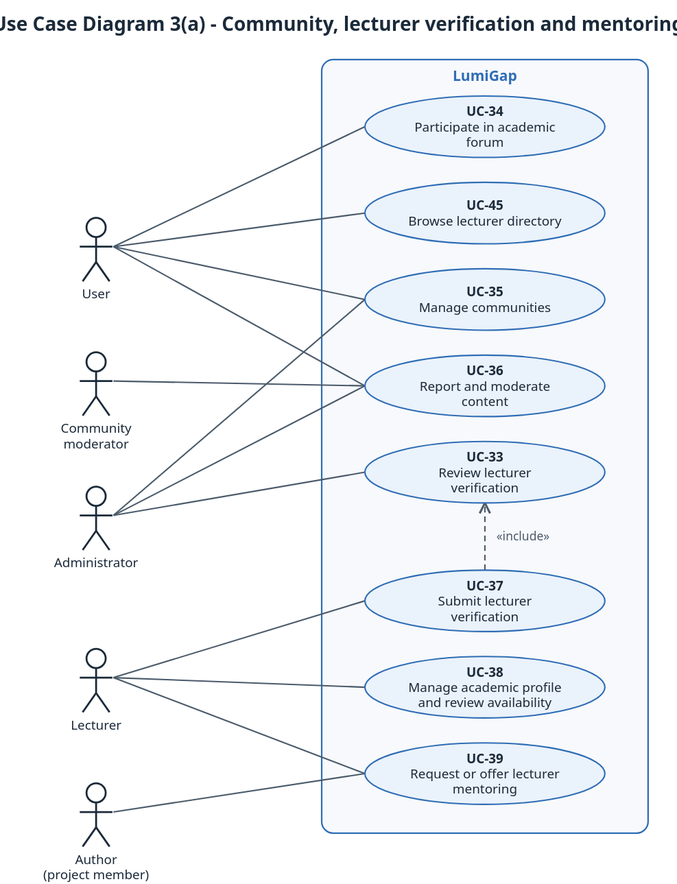
Above: docs/diagrams/report3/R3_UseCase_3a_Community_Lecturer.svg in Khoa-Hoa-Technology-Solution-Company/lumi-gap (PlantUML), before the change. Its source is kept beside it as docs/diagrams/report3/R3_UseCase_3a_Community_Lecturer.puml. Source of this version:
```plantuml
@startuml
!pragma layout smetana
skinparam dpi 150
skinparam defaultFontName "Segoe UI"
skinparam defaultFontSize 13
skinparam shadowing false
skinparam roundCorner 10
skinparam ArrowColor #4A5A6A
skinparam ArrowThickness 1.2
skinparam BorderColor #2F6DB5
skinparam BackgroundColor #FFFFFF
skinparam TitleFontSize 16
skinparam TitleFontStyle bold
skinparam usecase {
  BackgroundColor #EAF2FB
  BorderColor #2F6DB5
}
skinparam actor {
  BackgroundColor #FFFFFF
  BorderColor #1B2A3A
}
skinparam entity {
  BackgroundColor #F7FAFD
  BorderColor #2F6DB5
}
skinparam rectangle {
  BackgroundColor #F7F9FC
  BorderColor #2F6DB5
}
skinparam actorStyle awesome
skinparam actor<<System>> {
  BackgroundColor #FDECEA
  BorderColor #C62828
}
left to right direction
title Use Case Diagram 3(a) - Community, lecturer verification and mentoring
actor "User" as U
actor "Community moderator" as M
actor "Administrator" as AD
actor "Lecturer" as L
actor "Author\n(project member)" as A
rectangle "LumiGap" {
  usecase "UC-34\nParticipate in academic forum" as UC34
  usecase "UC-45\nBrowse lecturer directory" as UC45
  usecase "UC-35\nManage communities" as UC35
  usecase "UC-36\nReport and moderate content" as UC36
  usecase "UC-33\nReview lecturer verification" as UC33
  usecase "UC-37\nSubmit lecturer verification" as UC37
  usecase "UC-38\nManage academic profile and review availability" as UC38
  usecase "UC-39\nRequest or offer lecturer mentoring" as UC39
}
U -- UC34
U -- UC45
U -- UC35
U -- UC36
M -- UC36
AD -- UC35
AD -- UC36
AD -- UC33
L -- UC37
L -- UC38
L -- UC39
A -- UC39
UC37 .> UC33 : <<include>>
@enduml
```
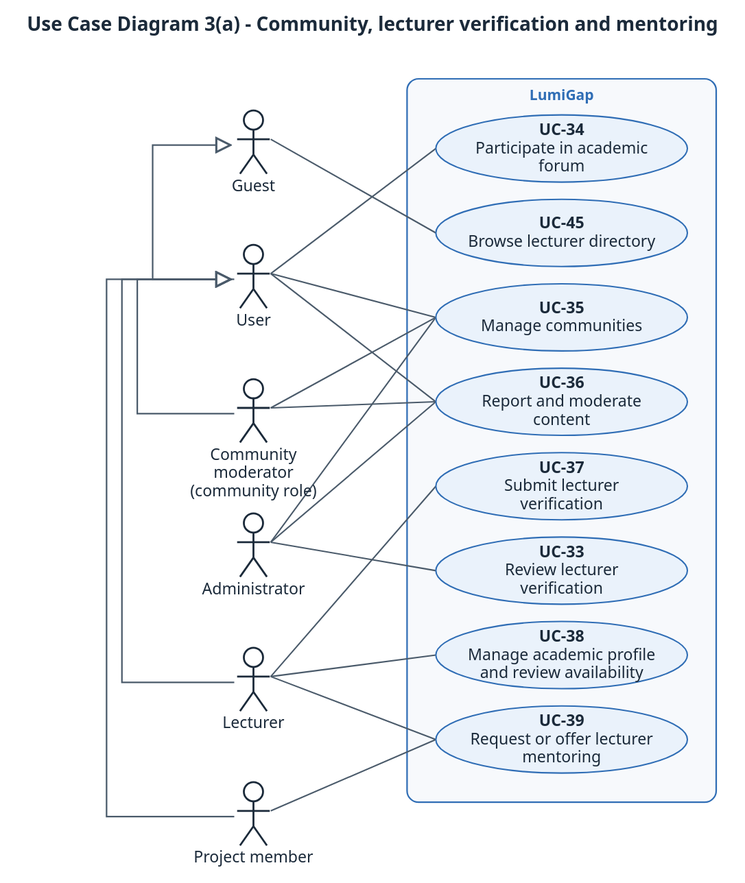
The same file after the commit.

Diff of the diagram source:
```diff
@@ -28,38 +28,43 @@
   BorderColor #2F6DB5
 }
 skinparam actorStyle awesome
-skinparam actor<<System>> {
-  BackgroundColor #FDECEA
-  BorderColor #C62828
+skinparam actor<<external system>> {
+  BackgroundColor #F0F1F3
+  BorderColor #8A8F98
 }
 left to right direction
 title Use Case Diagram 3(a) - Community, lecturer verification and mentoring
+actor "Guest" as G
 actor "User" as U
-actor "Community moderator" as M
+actor "Community moderator\n(community role)" as M
+actor "Lecturer" as L
+actor "Project member" as PM
 actor "Administrator" as AD
-actor "Lecturer" as L
-actor "Author\n(project member)" as A
 rectangle "LumiGap" {
   usecase "UC-34\nParticipate in academic forum" as UC34
   usecase "UC-45\nBrowse lecturer directory" as UC45
   usecase "UC-35\nManage communities" as UC35
   usecase "UC-36\nReport and moderate content" as UC36
+  usecase "UC-37\nSubmit lecturer verification" as UC37
   usecase "UC-33\nReview lecturer verification" as UC33
-  usecase "UC-37\nSubmit lecturer verification" as UC37
   usecase "UC-38\nManage academic profile and review availability" as UC38
   usecase "UC-39\nRequest or offer lecturer mentoring" as UC39
 }
+U --|> G
+M --|> U
+L --|> U
+PM --|> U
+G -- UC45
 U -- UC34
-U -- UC45
 U -- UC35
 U -- UC36
+M -- UC35
 M -- UC36
+L -- UC37
+L -- UC38
+L -- UC39
+PM -- UC39
 AD -- UC35
 AD -- UC36
 AD -- UC33
-L -- UC37
-L -- UC38
-L -- UC39
-A -- UC39
-UC37 .> UC33 : <<include>>
 @enduml
```
